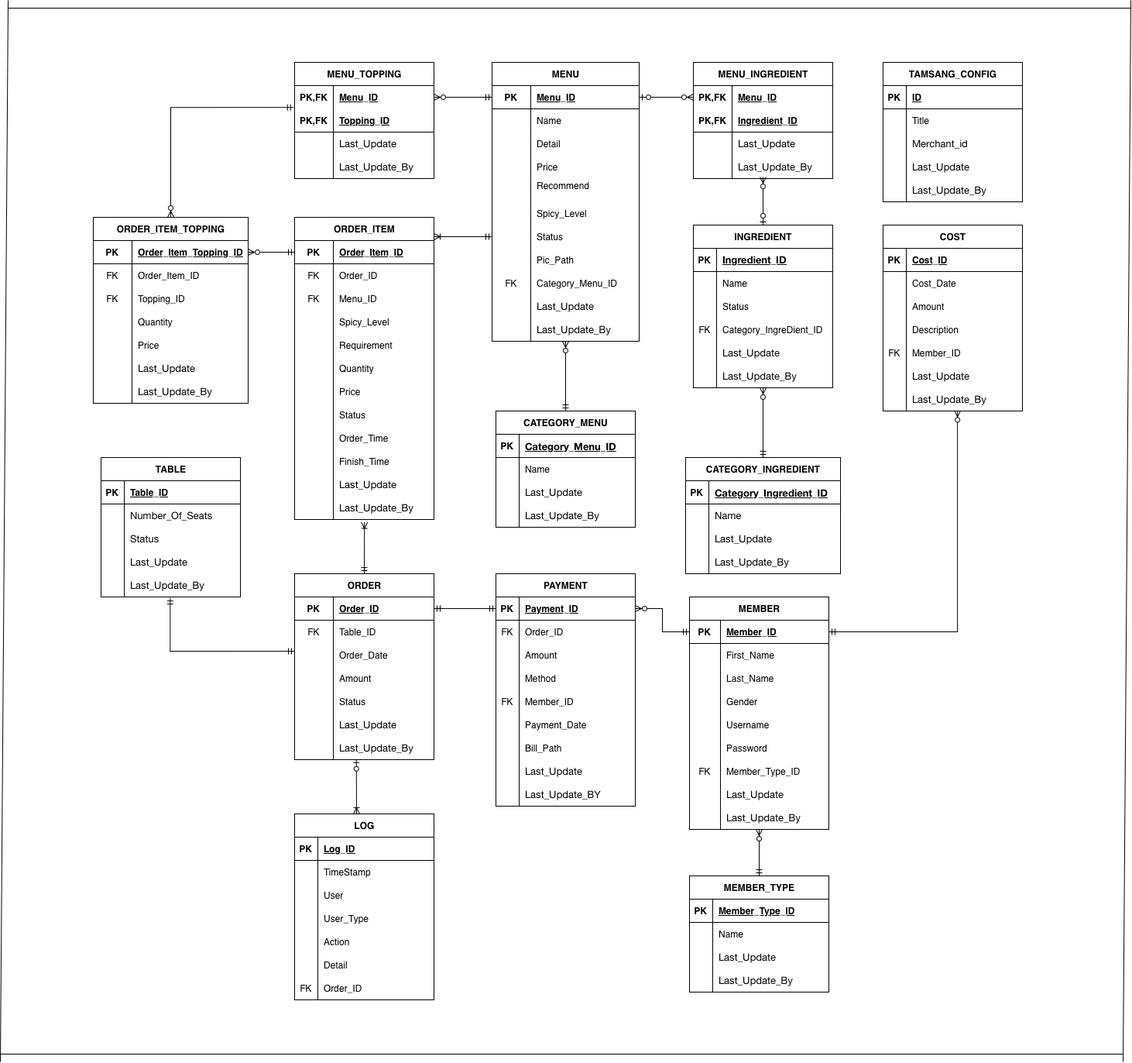
The draw.io diagram Project1/Group03_TamSang/03_erd/TamsangERD.drawio.png in PhitchakornJalas/Project_CP242, before a commit. Source tidied: cells renumbered, new cells last; positions are measured from the earlier drawing's top-left corner, leaving out a move shared by most shapes.
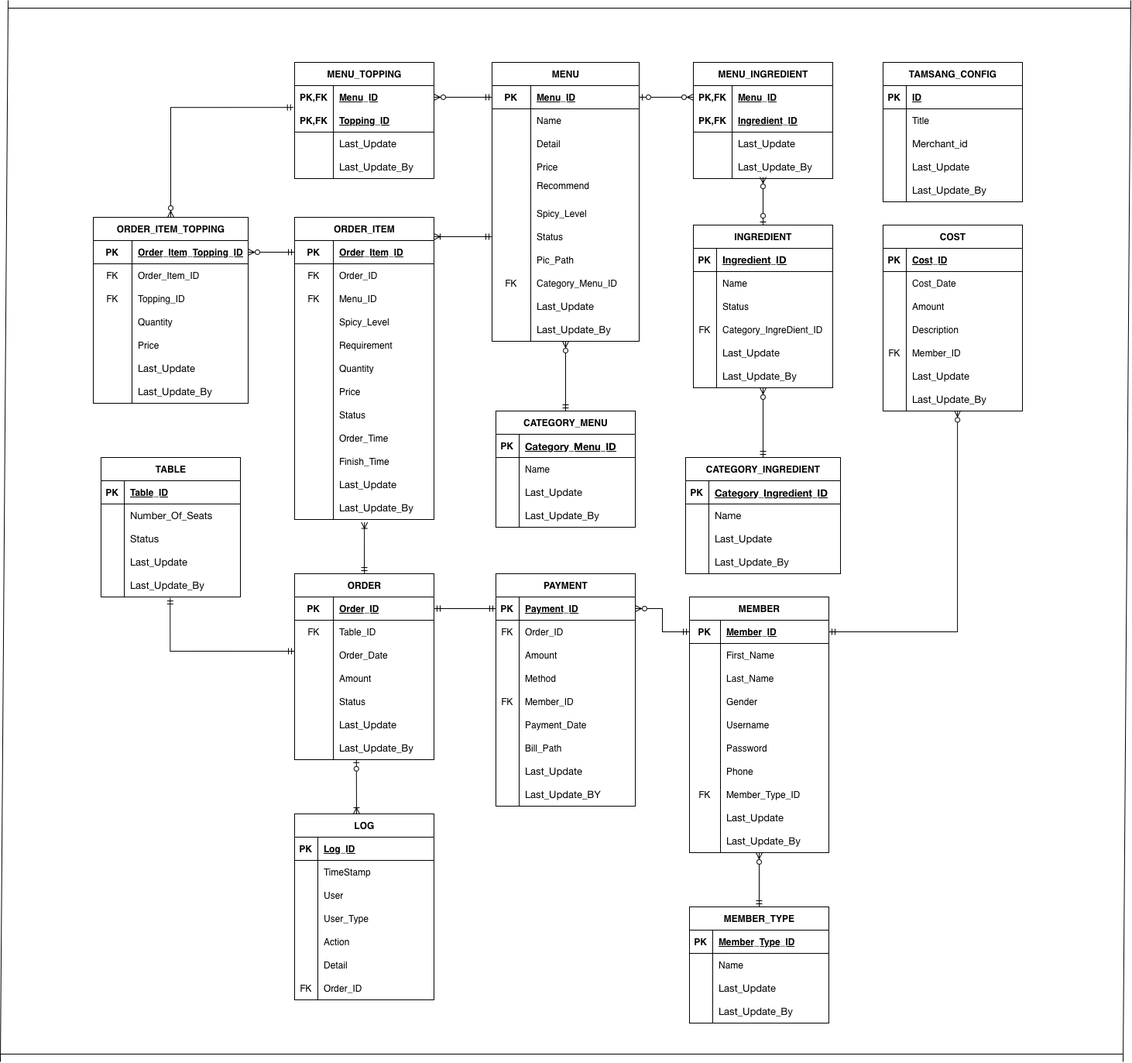
After the commit.

Commit message:
editERD add Phone in Member

Diff of the diagram source:
```diff
@@ -414,7 +414,7 @@
       <mxGeometry x="30" width="150" height="30" as="geometry" />
     </mxCell>
     <mxCell id="139" value="MEMBER" style="shape=table;startSize=30;rowLines=0;fontStyle=1;align=center;html=1;" parent="1" vertex="1">
-      <mxGeometry x="890" y="770" width="180" height="300" as="geometry" />
+      <mxGeometry x="890" y="770" width="180" height="330" as="geometry" />
     </mxCell>
     <mxCell id="140" style="shape=tableRow;horizontal=0;startSize=0;swimlaneHead=0;swimlaneBody=0;fillColor=none;points=[[0,0.5],[1,0.5]];portConstraint=eastwest;top=0;left=0;right=0;bottom=1;html=1;" parent="139" vertex="1">
       <mxGeometry y="30" width="180" height="30" as="geometry" />
@@ -470,8 +470,17 @@
     <mxCell id="157" value="Password" style="shape=partialRectangle;fillColor=none;top=0;left=0;bottom=0;right=0;align=left;spacingLeft=6;overflow=hidden;whiteSpace=wrap;html=1;" parent="155" vertex="1">
       <mxGeometry x="40" width="140" height="30" as="geometry" />
     </mxCell>
+    <mxCell id="352" style="shape=tableRow;horizontal=0;startSize=0;swimlaneHead=0;swimlaneBody=0;fillColor=none;top=0;left=0;right=0;bottom=0;" parent="139" vertex="1">
+      <mxGeometry y="210" width="180" height="30" as="geometry" />
+    </mxCell>
+    <mxCell id="353" style="shape=partialRectangle;fillColor=none;top=0;left=0;bottom=0;right=0;overflow=hidden;whiteSpace=wrap;html=1;" parent="352" vertex="1">
+      <mxGeometry width="40" height="30" as="geometry" />
+    </mxCell>
+    <mxCell id="354" value="Phone" style="shape=partialRectangle;fillColor=none;top=0;left=0;bottom=0;right=0;align=left;spacingLeft=6;overflow=hidden;whiteSpace=wrap;html=1;" parent="352" vertex="1">
+      <mxGeometry x="40" width="140" height="30" as="geometry" />
+    </mxCell>
     <mxCell id="158" style="shape=tableRow;horizontal=0;startSize=0;swimlaneHead=0;swimlaneBody=0;fillColor=none;top=0;left=0;right=0;bottom=0;" parent="139" vertex="1">
-      <mxGeometry y="210" width="180" height="30" as="geometry" />
+      <mxGeometry y="240" width="180" height="30" as="geometry" />
     </mxCell>
     <mxCell id="159" value="FK" style="shape=partialRectangle;fillColor=none;top=0;left=0;bottom=0;right=0;overflow=hidden;whiteSpace=wrap;html=1;" parent="158" vertex="1">
       <mxGeometry width="40" height="30" as="geometry" />
@@ -480,7 +489,7 @@
       <mxGeometry x="40" width="140" height="30" as="geometry" />
     </mxCell>
     <mxCell id="161" style="shape=tableRow;horizontal=0;startSize=0;swimlaneHead=0;swimlaneBody=0;fillColor=none;top=0;left=0;right=0;bottom=0;" parent="139" vertex="1">
-      <mxGeometry y="240" width="180" height="30" as="geometry" />
+      <mxGeometry y="270" width="180" height="30" as="geometry" />
     </mxCell>
     <mxCell id="162" style="shape=partialRectangle;fillColor=none;top=0;left=0;bottom=0;right=0;overflow=hidden;whiteSpace=wrap;html=1;" parent="161" vertex="1">
       <mxGeometry width="40" height="30" as="geometry" />
@@ -489,7 +498,7 @@
       <mxGeometry x="40" width="140" height="30" as="geometry" />
     </mxCell>
     <mxCell id="164" style="shape=tableRow;horizontal=0;startSize=0;swimlaneHead=0;swimlaneBody=0;fillColor=none;top=0;left=0;right=0;bottom=0;" parent="139" vertex="1">
-      <mxGeometry y="270" width="180" height="30" as="geometry" />
+      <mxGeometry y="300" width="180" height="30" as="geometry" />
     </mxCell>
     <mxCell id="165" style="shape=partialRectangle;fillColor=none;top=0;left=0;bottom=0;right=0;overflow=hidden;whiteSpace=wrap;html=1;" parent="164" vertex="1">
       <mxGeometry width="40" height="30" as="geometry" />
@@ -957,7 +966,7 @@
       <mxGeometry x="30" width="150" height="30" as="geometry" />
     </mxCell>
     <mxCell id="320" value="MEMBER_TYPE" style="shape=table;startSize=30;rowLines=0;fontStyle=1;align=center;html=1;" parent="1" vertex="1">
-      <mxGeometry x="890" y="1130" width="180" height="150" as="geometry" />
+      <mxGeometry x="890" y="1170" width="180" height="150" as="geometry" />
     </mxCell>
     <mxCell id="321" style="shape=tableRow;horizontal=0;startSize=0;swimlaneHead=0;swimlaneBody=0;fillColor=none;top=0;left=0;right=0;bottom=1;" parent="320" vertex="1">
       <mxGeometry y="30" width="180" height="30" as="geometry" />
@@ -1012,7 +1021,7 @@
     </mxCell>
     <mxCell id="338" style="fontSize=12;html=1;endArrow=ERzeroToMany;startArrow=ERmandOne;rounded=0;exitX=0.5;exitY=0;exitDx=0;exitDy=0;" parent="1" edge="1" source="320">
       <mxGeometry relative="1" as="geometry">
-        <mxPoint x="980" y="1070" as="targetPoint" />
+        <mxPoint x="980" y="1100" as="targetPoint" />
       </mxGeometry>
     </mxCell>
     <mxCell id="339" style="fontSize=12;html=1;endArrow=ERoneToMany;startArrow=ERmandOne;rounded=0;exitX=0.5;exitY=0;exitDx=0;exitDy=0;entryX=0.501;entryY=1.118;entryDx=0;entryDy=0;entryPerimeter=0;" parent="1" edge="1" source="167" target="223">
```
